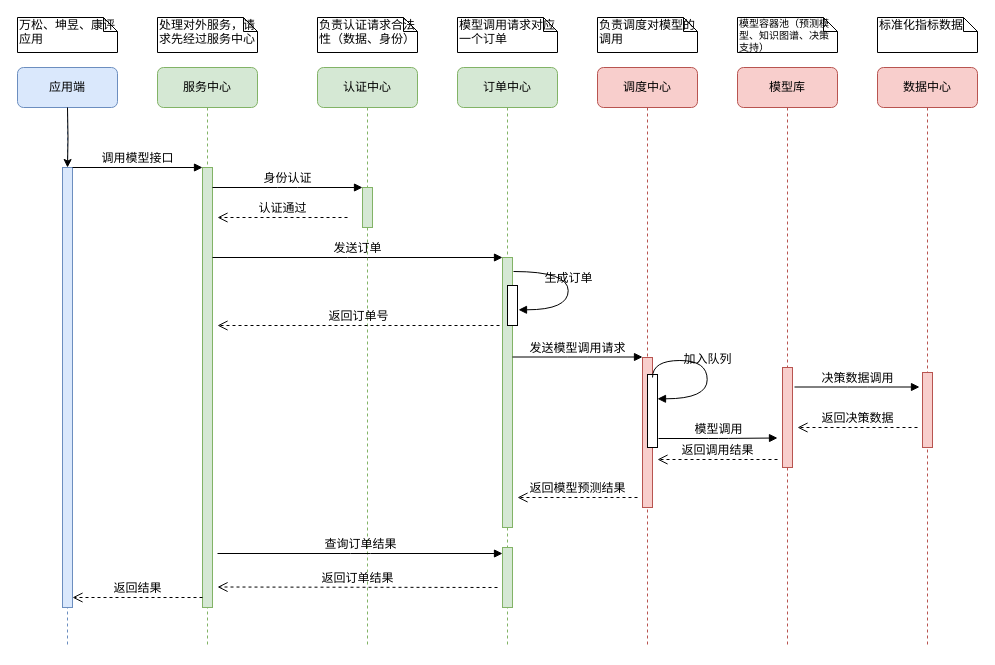
This is page "模型调用流程" (1 of 2) of 主动健康一脑多端.drawio from jingmingcn/drawio, a draw.io file, before an edit. Source tidied: cells renumbered, new cells numbered last; positions are measured from the earlier drawing's top-left corner, leaving out a move shared by most shapes. Both pictures are drawn from the tidied source at 100%, with x=0, y=0 at pixel (17, 17).
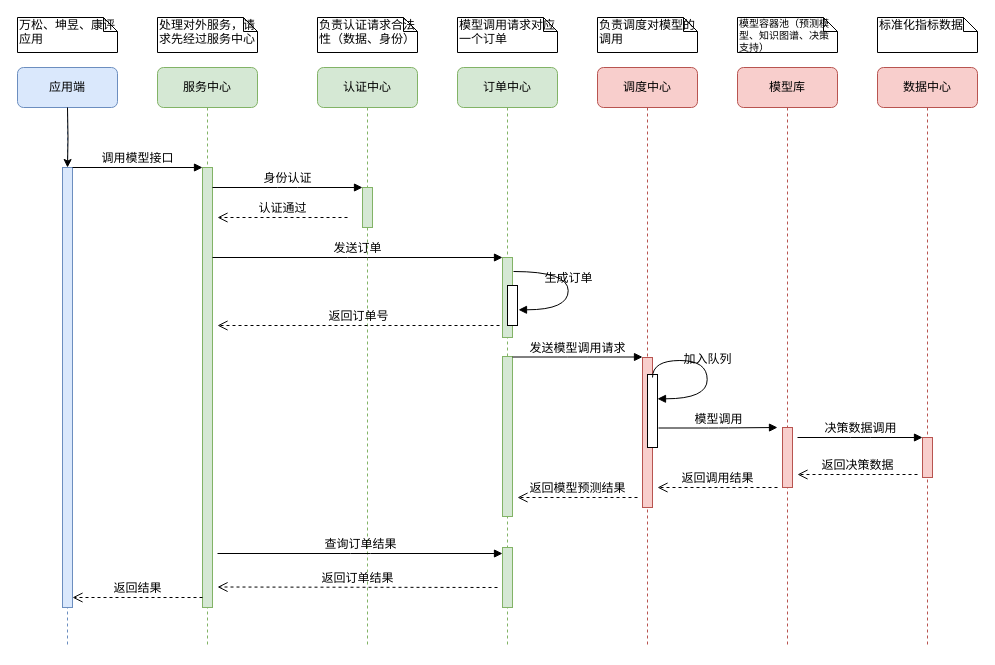
Above is the later version.

The change refers to these unchanged cells:
```xml
<mxCell id="9" value="订单中心" style="shape=umlLifeline;perimeter=lifelinePerimeter;whiteSpace=wrap;html=1;rounded=1;shadow=0;comic=0;labelBackgroundColor=none;strokeWidth=1;fontFamily=Verdana;fontSize=12;align=center;fillColor=#d5e8d4;strokeColor=#82b366;" parent="1" vertex="1">
  <mxGeometry x="440" y="50" width="100" height="580" as="geometry" />
</mxCell>
<mxCell id="18" value="模型库" style="shape=umlLifeline;perimeter=lifelinePerimeter;whiteSpace=wrap;html=1;rounded=1;shadow=0;comic=0;labelBackgroundColor=none;strokeWidth=1;fontFamily=Verdana;fontSize=12;align=center;fillColor=#f8cecc;strokeColor=#b85450;" parent="1" vertex="1">
  <mxGeometry x="720" y="50" width="100" height="580" as="geometry" />
</mxCell>
<mxCell id="22" value="数据中心" style="shape=umlLifeline;perimeter=lifelinePerimeter;whiteSpace=wrap;html=1;rounded=1;shadow=0;comic=0;labelBackgroundColor=none;strokeWidth=1;fontFamily=Verdana;fontSize=12;align=center;fillColor=#f8cecc;strokeColor=#b85450;" parent="1" vertex="1">
  <mxGeometry x="860" y="50" width="100" height="580" as="geometry" />
</mxCell>
```

What changed in the source:
```diff
@@
     <mxCell id="10" style="html=1;perimeter=orthogonalPerimeter;rounded=0;shadow=0;comic=0;labelBackgroundColor=none;strokeWidth=1;fontFamily=Verdana;fontSize=12;align=center;fillColor=#d5e8d4;strokeColor=#82b366;" parent="9" vertex="1">
-      <mxGeometry x="45" y="190" width="10" height="270" as="geometry" />
+      <mxGeometry x="45" y="190" width="10" height="80" as="geometry" />
     </mxCell>
@@
+    <mxCell id="43" style="html=1;perimeter=orthogonalPerimeter;rounded=0;shadow=0;comic=0;labelBackgroundColor=none;strokeWidth=1;fontFamily=Verdana;fontSize=12;align=center;fillColor=#d5e8d4;strokeColor=#82b366;" parent="9" vertex="1">
+      <mxGeometry x="45" y="289" width="10" height="160" as="geometry" />
+    </mxCell>
@@
     <mxCell id="19" style="html=1;perimeter=orthogonalPerimeter;rounded=0;shadow=0;comic=0;labelBackgroundColor=none;strokeWidth=1;fontFamily=Verdana;fontSize=12;align=center;fillColor=#f8cecc;strokeColor=#b85450;" parent="18" vertex="1">
-      <mxGeometry x="45" y="300" width="10" height="100" as="geometry" />
+      <mxGeometry x="45" y="360" width="10" height="60" as="geometry" />
     </mxCell>
     <mxCell id="20" value="模型调用" style="html=1;verticalAlign=bottom;endArrow=block;labelBackgroundColor=none;fontFamily=Verdana;fontSize=12;edgeStyle=elbowEdgeStyle;elbow=horizontal;" parent="18" edge="1">
       <mxGeometry relative="1" as="geometry">
-        <mxPoint x="-79" y="371" as="sourcePoint" />
-        <mxPoint x="40" y="370.5" as="targetPoint" />
+        <mxPoint x="-79" y="360.5" as="sourcePoint" />
+        <mxPoint x="40" y="360" as="targetPoint" />
       </mxGeometry>
     </mxCell>
     <mxCell id="21" value="返回调用结果" style="html=1;verticalAlign=bottom;endArrow=open;dashed=1;endSize=8;labelBackgroundColor=none;fontFamily=Verdana;fontSize=12;" parent="18" edge="1">
       <mxGeometry relative="1" as="geometry">
-        <mxPoint x="40" y="392" as="sourcePoint" />
-        <mxPoint x="-80" y="392" as="targetPoint" />
+        <mxPoint x="40" y="420" as="sourcePoint" />
+        <mxPoint x="-80" y="420" as="targetPoint" />
       </mxGeometry>
     </mxCell>
@@
     <mxCell id="23" style="html=1;perimeter=orthogonalPerimeter;rounded=0;shadow=0;comic=0;labelBackgroundColor=none;strokeColor=#b85450;strokeWidth=1;fillColor=#f8cecc;fontFamily=Verdana;fontSize=12;align=center;" parent="22" vertex="1">
-      <mxGeometry x="45" y="305" width="10" height="75" as="geometry" />
+      <mxGeometry x="45" y="370" width="10" height="40" as="geometry" />
     </mxCell>
     <mxCell id="24" value="决策数据调用" style="html=1;verticalAlign=bottom;endArrow=block;labelBackgroundColor=none;fontFamily=Verdana;fontSize=12;edgeStyle=elbowEdgeStyle;elbow=horizontal;" parent="22" edge="1">
       <mxGeometry relative="1" as="geometry">
-        <mxPoint x="-83" y="319.5" as="sourcePoint" />
-        <mxPoint x="42" y="319.5" as="targetPoint" />
+        <mxPoint x="-80" y="370" as="sourcePoint" />
+        <mxPoint x="45" y="370" as="targetPoint" />
       </mxGeometry>
     </mxCell>
     <mxCell id="25" value="返回决策数据" style="html=1;verticalAlign=bottom;endArrow=open;dashed=1;endSize=8;labelBackgroundColor=none;fontFamily=Verdana;fontSize=12;" parent="22" edge="1">
       <mxGeometry relative="1" as="geometry">
-        <mxPoint x="40" y="360" as="sourcePoint" />
-        <mxPoint x="-80" y="360" as="targetPoint" />
+        <mxPoint x="40" y="407" as="sourcePoint" />
+        <mxPoint x="-80" y="407" as="targetPoint" />
       </mxGeometry>
     </mxCell>
```
